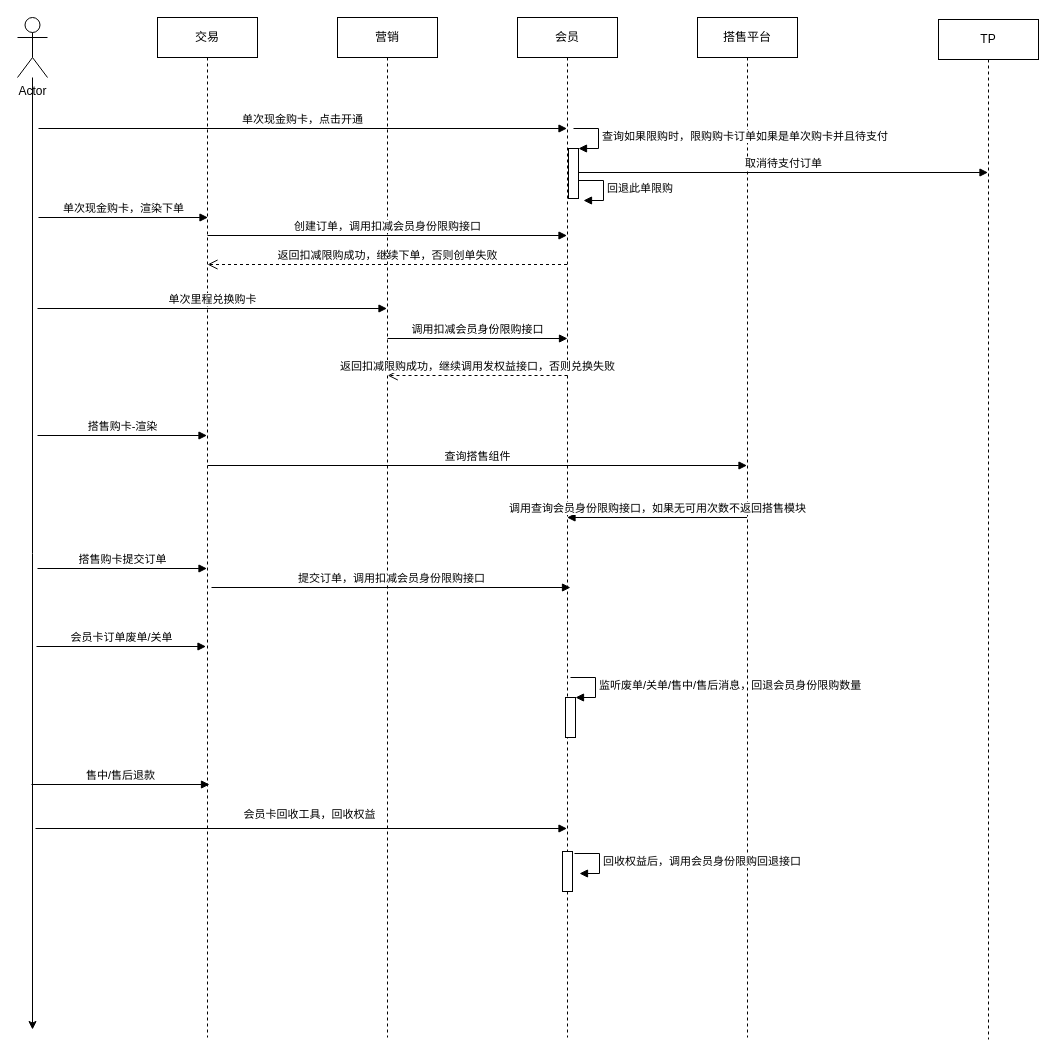
renqiuming/drawio keeps this draw.io diagram as page "会员限购" (8 of 9) of 付费权益.drawio. Above is the earlier version. Source tidied: cells renumbered, new cells numbered last; positions are measured from the earlier drawing's top-left corner, leaving out a move shared by most shapes. Both pictures are drawn from the tidied source at 100%, with x=0, y=0 at pixel (17, 17).
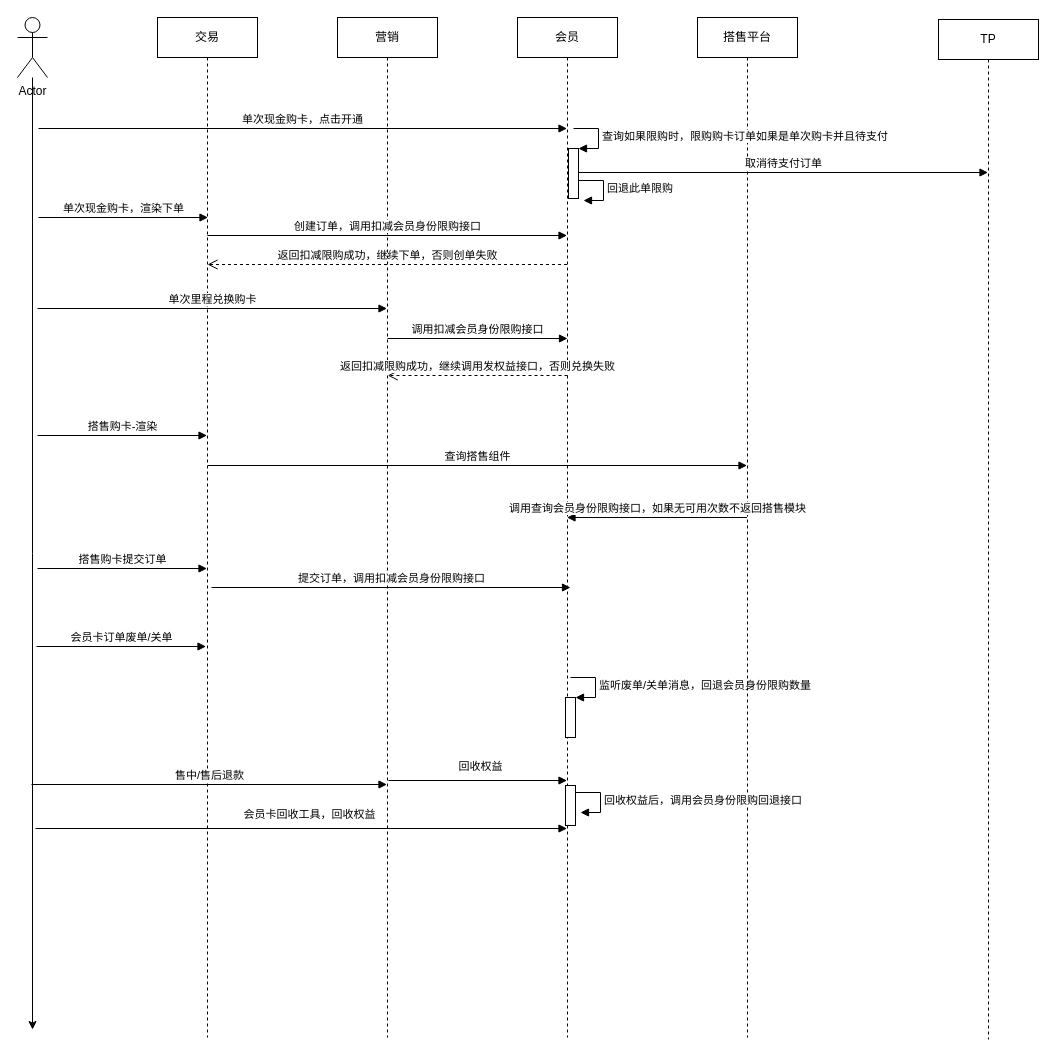
Above is the later version.

Commit message:
更新付费权益.drawio

The change refers to these unchanged cells:
```xml
<mxCell id="6" value="营销" style="shape=umlLifeline;perimeter=lifelinePerimeter;whiteSpace=wrap;html=1;outlineConnect=0;" parent="1" vertex="1">
  <mxGeometry x="320" width="100" height="1020" as="geometry" />
</mxCell>
<mxCell id="7" value="会员" style="shape=umlLifeline;perimeter=lifelinePerimeter;whiteSpace=wrap;html=1;outlineConnect=0;" parent="1" vertex="1">
  <mxGeometry x="500" width="100" height="1020" as="geometry" />
</mxCell>
<mxCell id="8" style="html=1;points=[];perimeter=orthogonalPerimeter;" parent="7" vertex="1">
  <mxGeometry x="48" y="680" width="10" height="40" as="geometry" />
</mxCell>
```

Change to the diagram source:
```diff
@@
-    <mxCell id="9" value="监听废单/关单/售中/售后消息，回退会员身份限购数量" style="edgeStyle=orthogonalEdgeStyle;html=1;align=left;spacingLeft=2;endArrow=block;rounded=0;entryX=1;entryY=0;" parent="7" edge="1" target="8">
+    <mxCell id="9" value="监听废单/关单消息，回退会员身份限购数量" style="edgeStyle=orthogonalEdgeStyle;html=1;align=left;spacingLeft=2;endArrow=block;rounded=0;entryX=1;entryY=0;" parent="7" edge="1" target="8">
       <mxGeometry relative="1" as="geometry">
         <mxPoint x="53" y="660" as="sourcePoint" />
         <Array as="points">
           <mxPoint x="78" y="660" />
         </Array>
       </mxGeometry>
     </mxCell>
     <mxCell id="10" style="html=1;perimeter=orthogonalPerimeter;" parent="7" vertex="1">
-      <mxGeometry x="45" y="834" width="10" height="40" as="geometry" />
+      <mxGeometry x="48" y="768" width="10" height="40" as="geometry" />
     </mxCell>
@@
-    <mxCell id="23" value="售中/售后退款" style="html=1;verticalAlign=bottom;endArrow=block;" parent="1" edge="1">
+    <mxCell id="23" value="售中/售后退款" style="html=1;verticalAlign=bottom;endArrow=block;" parent="1" edge="1" target="6">
       <mxGeometry relative="1" as="geometry">
         <mxPoint x="14" y="767" as="sourcePoint" />
-        <mxPoint x="192" y="767" as="targetPoint" />
       </mxGeometry>
     </mxCell>
@@
     <mxCell id="25" value="回收权益后，调用会员身份限购回退接口" style="edgeStyle=orthogonalEdgeStyle;html=1;align=left;spacingLeft=2;endArrow=block;rounded=0;entryX=1;entryY=0;" parent="1" edge="1">
-      <mxGeometry relative="1" as="geometry">
-        <mxPoint x="557" y="836" as="sourcePoint" />
-        <mxPoint x="562" y="856" as="targetPoint" />
+      <mxGeometry x="-0.23" y="-8" relative="1" as="geometry">
+        <mxPoint x="558" y="775" as="sourcePoint" />
+        <mxPoint x="563" y="795" as="targetPoint" />
         <Array as="points">
-          <mxPoint x="582" y="836" />
+          <mxPoint x="583" y="775" />
         </Array>
+        <mxPoint x="8" y="8" as="offset" />
       </mxGeometry>
     </mxCell>
@@
+    <mxCell id="32" value="回收权益" style="html=1;verticalAlign=bottom;endArrow=block;" parent="1" edge="1" target="7">
+      <mxGeometry x="0.03" y="5" relative="1" as="geometry">
+        <mxPoint x="371" y="763" as="sourcePoint" />
+      </mxGeometry>
+    </mxCell>
```
